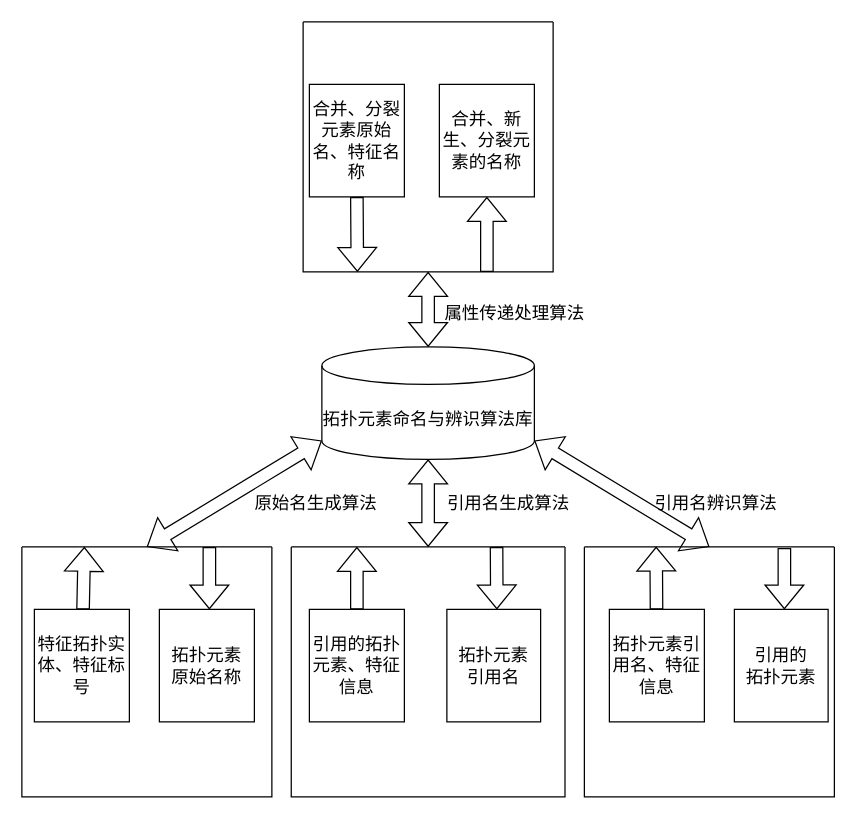
Above: 算法库与系统交互示意图.drawio in liuhuliuhu123/algorithms (draw.io), before the change. Source tidied: cells renumbered, new cells numbered last; positions are measured from the earlier drawing's top-left corner, leaving out a move shared by most shapes. Both pictures are drawn from the tidied source at 125%, with x=0, y=0 at pixel (21, 21).
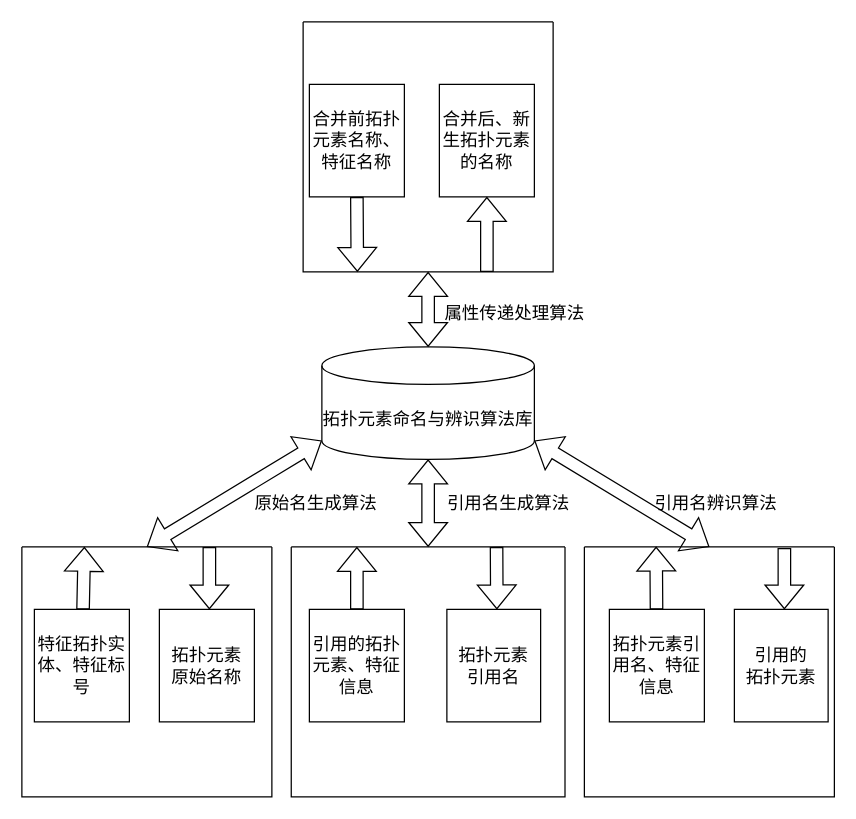
After the change.

Commit message:
更新算法库与系统交互示意图.drawio

The change refers to these unchanged cells:
```xml
<mxCell id="19" style="swimlane;startSize=0;" parent="1" vertex="1">
  <mxGeometry x="225" width="200" height="200" as="geometry" />
</mxCell>
```

The edit, as a diff of the source:
```diff
@@
-    <mxCell id="20" value="&lt;font style=&quot;font-size: 14px;&quot; face=&quot;Noto Sans Simplified Chinese&quot;&gt;合并、分裂元素原始名、特征名称&lt;/font&gt;" style="rounded=0;whiteSpace=wrap;html=1;" parent="19" vertex="1">
+    <mxCell id="20" value="&lt;font style=&quot;font-size: 14px;&quot; face=&quot;Noto Sans Simplified Chinese&quot;&gt;合并前拓扑元素名称、特征名称&lt;/font&gt;" style="rounded=0;whiteSpace=wrap;html=1;" parent="19" vertex="1">
       <mxGeometry x="5" y="50" width="76" height="90" as="geometry" />
     </mxCell>
-    <mxCell id="21" value="&lt;font style=&quot;font-size: 14px;&quot; face=&quot;Noto Sans Simplified Chinese&quot;&gt;合并、新生、分裂元素的名称&lt;/font&gt;" style="rounded=0;whiteSpace=wrap;html=1;" parent="19" vertex="1">
+    <mxCell id="21" value="&lt;font style=&quot;font-size: 14px;&quot; face=&quot;Noto Sans Simplified Chinese&quot;&gt;合并后、新生拓扑元素的名称&lt;/font&gt;" style="rounded=0;whiteSpace=wrap;html=1;" parent="19" vertex="1">
       <mxGeometry x="109" y="50" width="76" height="90" as="geometry" />
     </mxCell>
```
